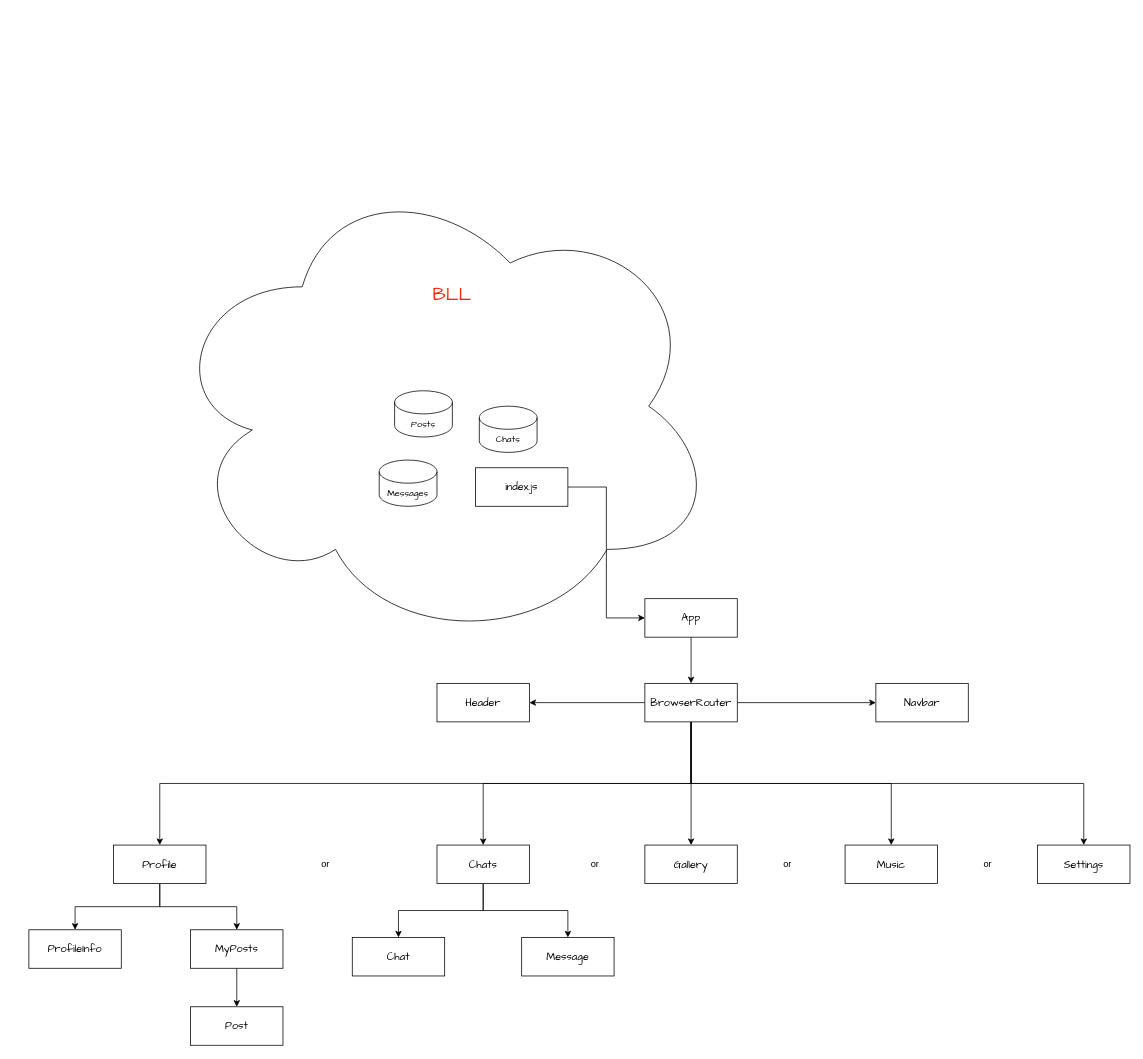
Above: Blow.drawio in EcchiGrill/Blow-Project (draw.io), before the change. Source tidied: cells renumbered, new cells numbered last; positions are measured from the earlier drawing's top-left corner, leaving out a move shared by most shapes. Both pictures are drawn from the tidied source at 77%, with x=0, y=0 at pixel (28, 167).
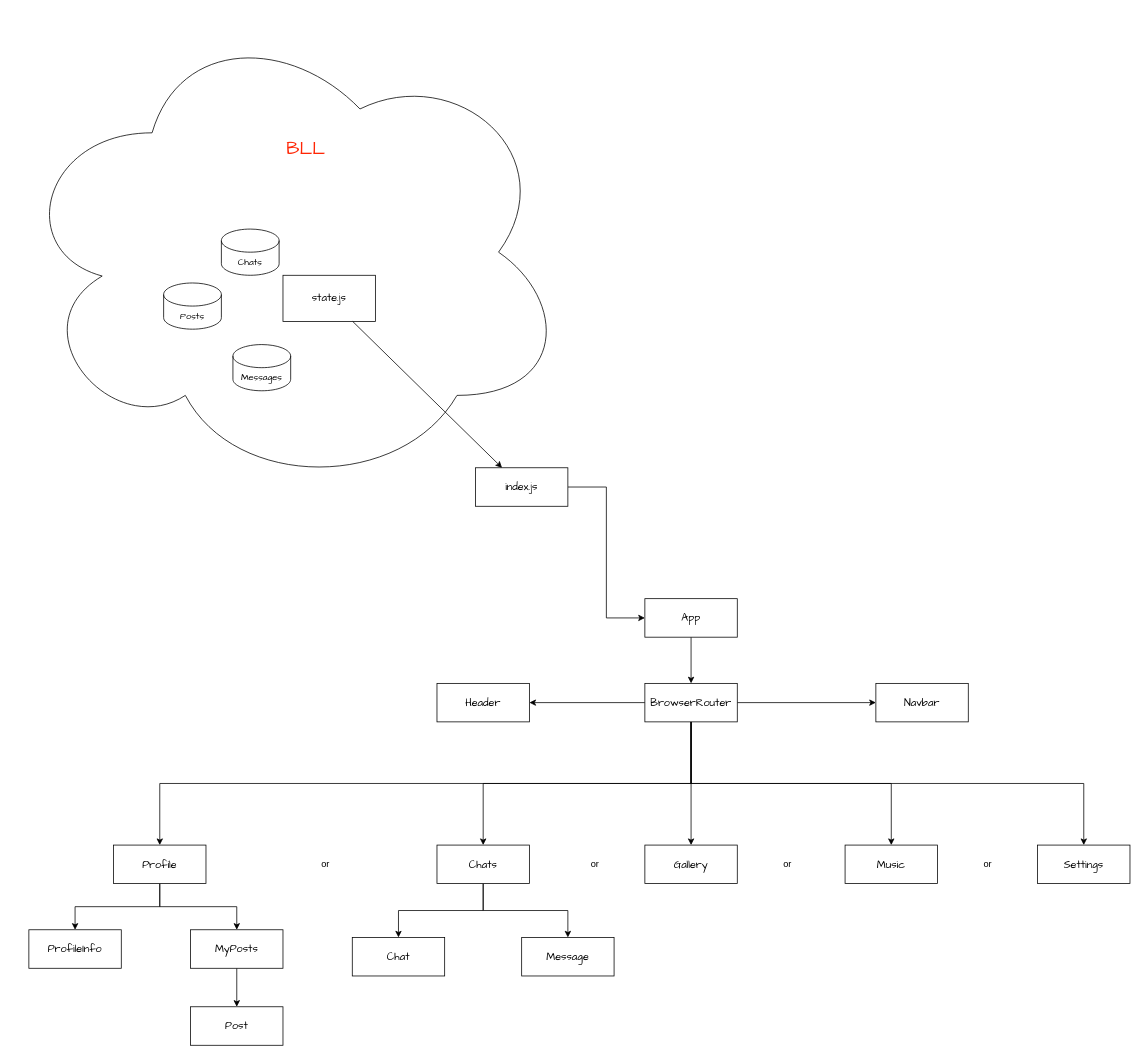
After the change.

The change refers to these unchanged cells:
```xml
<mxCell id="35" value="&lt;font face=&quot;Comic Sans MS&quot;&gt;index.js&lt;/font&gt;" style="rounded=0;whiteSpace=wrap;html=1;fontSize=14;" parent="1" vertex="1">
  <mxGeometry x="580" y="390" width="120" height="50" as="geometry" />
</mxCell>
```

Change to the diagram source:
```diff
@@
     <mxCell id="2" style="ellipse;shape=cloud;whiteSpace=wrap;html=1;fontColor=none;noLabel=1;textOpacity=0;" parent="1" vertex="1">
-      <mxGeometry x="175" width="720" height="620" as="geometry" />
+      <mxGeometry x="-20" y="-200" width="720" height="620" as="geometry" />
     </mxCell>
@@
     <mxCell id="36" value="&lt;font face=&quot;Comic Sans MS&quot;&gt;Messages&lt;/font&gt;" style="shape=cylinder3;whiteSpace=wrap;html=1;boundedLbl=1;backgroundOutline=1;size=15;" parent="1" vertex="1">
-      <mxGeometry x="455" y="380" width="75" height="60" as="geometry" />
+      <mxGeometry x="265" y="230" width="75" height="60" as="geometry" />
     </mxCell>
     <mxCell id="37" value="&lt;font face=&quot;Comic Sans MS&quot;&gt;Chats&lt;/font&gt;" style="shape=cylinder3;whiteSpace=wrap;html=1;boundedLbl=1;backgroundOutline=1;size=15;" parent="1" vertex="1">
-      <mxGeometry x="585" y="310" width="75" height="60" as="geometry" />
+      <mxGeometry x="250" y="80" width="75" height="60" as="geometry" />
     </mxCell>
     <mxCell id="38" value="&lt;font face=&quot;Comic Sans MS&quot;&gt;Posts&lt;/font&gt;" style="shape=cylinder3;whiteSpace=wrap;html=1;boundedLbl=1;backgroundOutline=1;size=15;" parent="1" vertex="1">
-      <mxGeometry x="475" y="290" width="75" height="60" as="geometry" />
+      <mxGeometry x="175" y="150" width="75" height="60" as="geometry" />
     </mxCell>
     <mxCell id="39" value="&lt;font color=&quot;#ff2605&quot; style=&quot;font-size: 24px;&quot;&gt;&lt;font face=&quot;Comic Sans MS&quot;&gt;BLL&lt;/font&gt;&lt;br&gt;&lt;/font&gt;" style="text;html=1;align=center;verticalAlign=middle;whiteSpace=wrap;rounded=0;" parent="1" vertex="1">
-      <mxGeometry x="520" y="150" width="60" height="30" as="geometry" />
+      <mxGeometry x="330" y="-40" width="60" height="30" as="geometry" />
     </mxCell>
+    <mxCell id="40" value="&lt;font style=&quot;font-size: 14px;&quot; face=&quot;Comic Sans MS&quot;&gt;state.js&lt;/font&gt;" style="rounded=0;whiteSpace=wrap;html=1;" parent="1" vertex="1">
+      <mxGeometry x="330" y="140" width="120" height="60" as="geometry" />
+    </mxCell>
+    <mxCell id="41" style="endArrow=classic;html=1;rounded=0;" parent="1" edge="1" source="40" target="35">
+      <mxGeometry relative="1" as="geometry" />
+    </mxCell>
```
